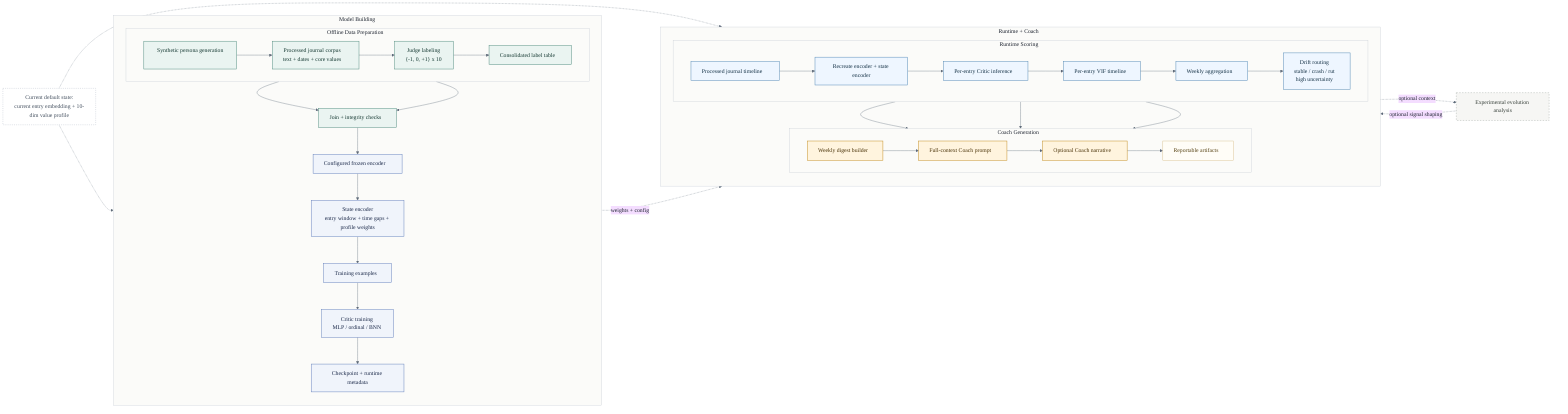
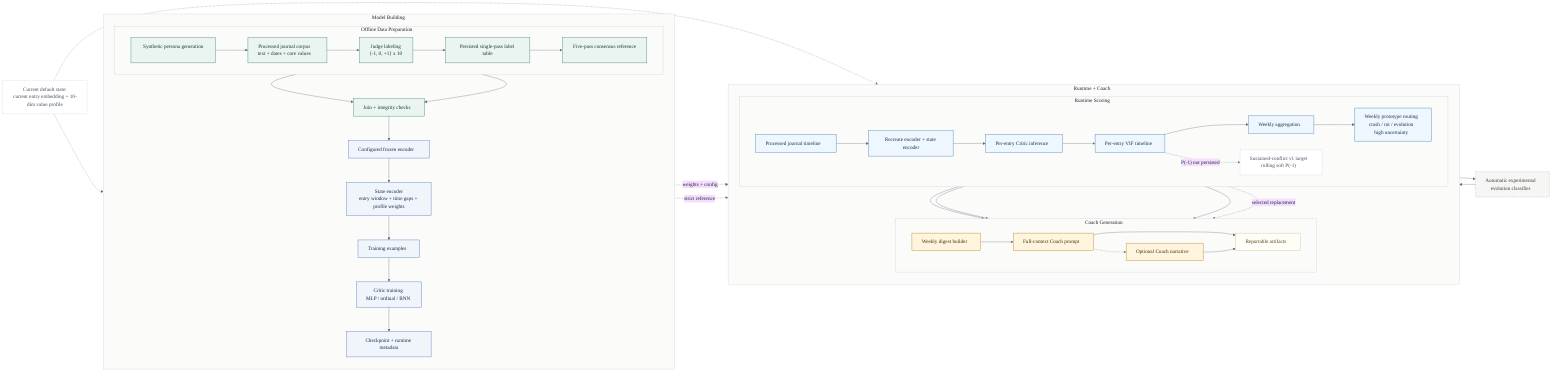
%%{init: {
  'theme': 'base',
  'themeVariables': {
    'fontFamily': 'Aptos, Calibri, Arial, sans-serif',
    'background': '#FFFFFF',
    'lineColor': '#5F6B7A',
    'primaryTextColor': '#1E2430',
    'secondaryTextColor': '#1E2430',
    'tertiaryTextColor': '#1E2430',
    'clusterBkg': '#FBFBF9',
    'clusterBorder': '#C7CDD4'
  }
}}%%
flowchart LR
    classDef prep fill:#EAF4F1,stroke:#4E8A7C,color:#143831,stroke-width:1.3px;
    classDef train fill:#F0F4FB,stroke:#607DBA,color:#1C2A4A,stroke-width:1.3px;
    classDef run fill:#EEF6FF,stroke:#4F86B3,color:#153246,stroke-width:1.3px;
    classDef coach fill:#FFF4DE,stroke:#C28A1B,color:#473004,stroke-width:1.3px;
    classDef optional fill:#F6F6F4,stroke:#9AA39D,color:#38413B,stroke-dasharray: 4 4,stroke-width:1.1px;
    classDef artifact fill:#FFFDF7,stroke:#D3B980,color:#564212,stroke-width:1.1px;
    classDef note fill:#FFFFFF,stroke:#AAB4C2,color:#44505F,stroke-dasharray: 3 3;

    subgraph build_lane["Model Building"]
        direction TB
        subgraph prep_lane["Offline Data Preparation"]
            direction LR
            generator["Synthetic persona generation"]
            wrangled["Processed journal corpus<br/>text + dates + core values"]
            judge["Judge labeling<br/>{-1, 0, +1} x 10"]
-             labels["Consolidated label table"]
+             labels["Persisted single-pass label table"]
+             consensus["Five-pass consensus reference"]
            generator --> wrangled --> judge --> labels
+             labels --> consensus
        end

        merge["Join + integrity checks"]
        encoder_train["Configured frozen encoder"]
        state_train["State encoder<br/>entry window + time gaps + profile weights"]
        samples["Training examples"]
        critic_train["Critic training<br/>MLP / ordinal / BNN"]
        checkpoint["Checkpoint + runtime metadata"]

        wrangled --> merge
        labels --> merge
        merge --> encoder_train --> state_train --> samples --> critic_train --> checkpoint
    end

    subgraph product_lane["Runtime + Coach"]
        direction TB
        subgraph run_lane["Runtime Scoring"]
            direction LR
            runtime_input["Processed journal timeline"]
            state_runtime["Recreate encoder + state encoder"]
            critic["Per-entry Critic inference"]
            timeline["Per-entry VIF timeline"]
            weekly["Weekly aggregation"]
-             drift["Drift routing<br/>stable / crash / rut<br/>high uncertainty"]
+             drift["Weekly prototype routing<br/>crash / rut / evolution<br/>high uncertainty"]
+             drift_v1["Sustained-conflict v1 target<br/>rolling soft P(-1)"]
            runtime_input --> state_runtime --> critic --> timeline --> weekly --> drift
        end

        subgraph coach_lane["Coach Generation"]
            direction LR
            digest["Weekly digest builder"]
            prompt["Full-context Coach prompt"]
            narrative["Optional Coach narrative"]
            exports["Reportable artifacts"]
-             digest --> prompt --> narrative --> exports
+             digest --> prompt
+             prompt -.-> narrative
+             prompt --> exports
+             narrative --> exports
        end
    end

    checkpoint -. "weights + config" .-> state_runtime
    runtime_input --> digest
    weekly --> digest
    drift --> digest
+     timeline -. "P(-1) not persisted" .-> drift_v1
+     consensus -. "strict reference" .-> drift_v1
+     drift_v1 -. "selected replacement" .-> digest

-     evolution["Experimental evolution analysis"]
-     weekly -. "optional context" .-> evolution
-     evolution -. "optional signal shaping" .-> drift
+     evolution["Automatic experimental<br/>evolution classifier"]
+     weekly --> evolution --> drift

    state_note["Current default state:<br/>current entry embedding + 10-dim value profile"]
    state_note -.-> state_train
    state_note -.-> state_runtime

-     class generator,wrangled,judge,labels,merge prep;
+     class generator,wrangled,judge,labels,consensus,merge prep;
    class encoder_train,state_train,samples,critic_train,checkpoint train;
    class runtime_input,state_runtime,critic,timeline,weekly,drift run;
    class digest,prompt,narrative coach;
    class evolution optional;
    class exports artifact;
-     class state_note note;
+     class state_note,drift_v1 note;
